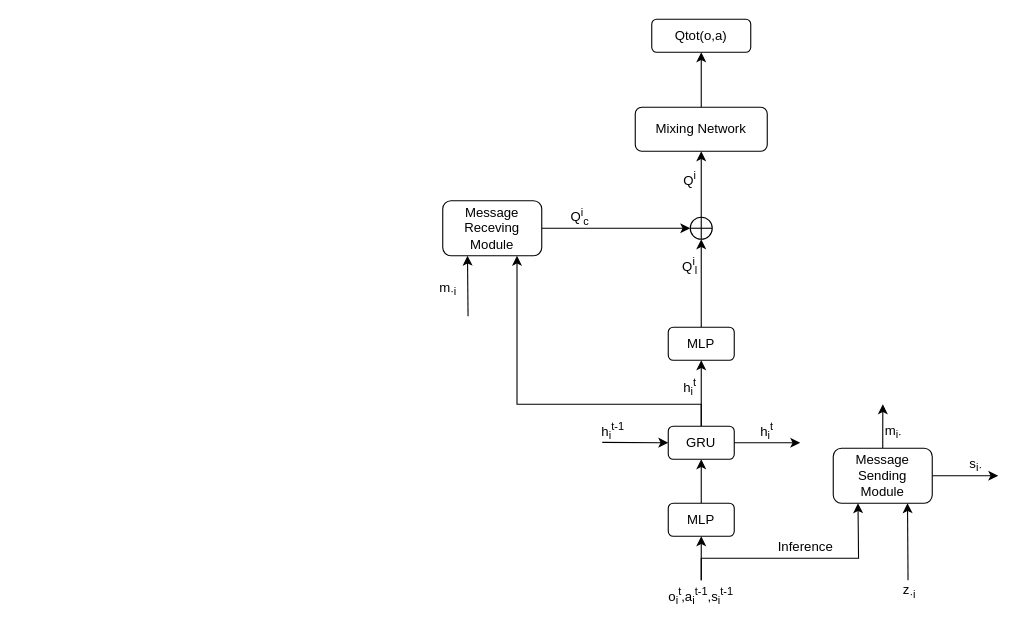
Above: network.drawio in fan-zine/drawio (draw.io), before the change. Source tidied: cells renumbered, new cells numbered last; positions are measured from the earlier drawing's top-left corner, leaving out a move shared by most shapes. Both pictures are drawn from the tidied source at 110%, with x=0, y=0 at pixel (415, 19).
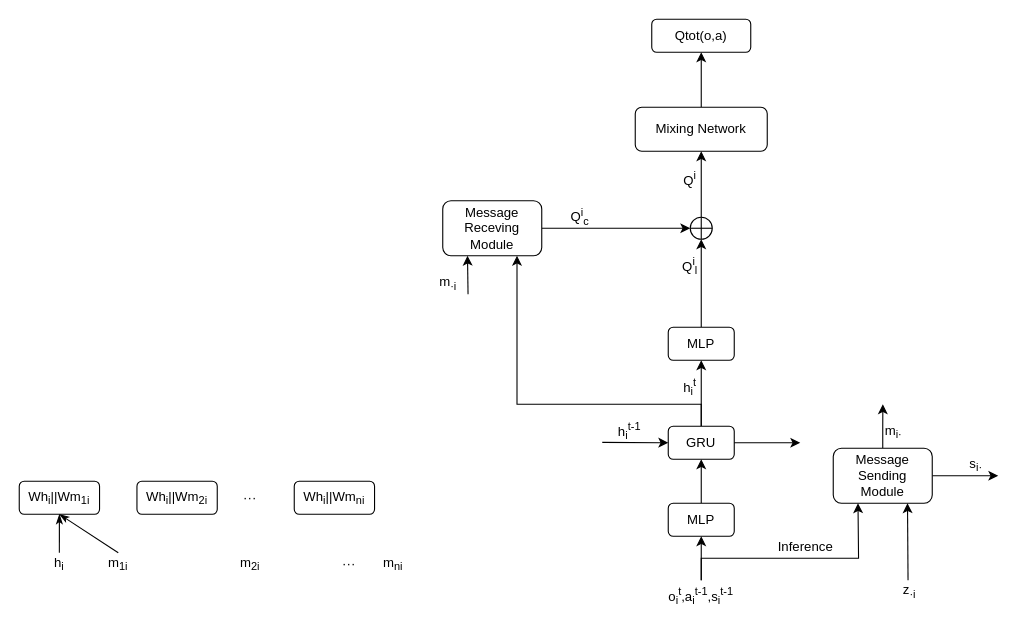
Above is the later version.

The change refers to these unchanged cells:
```xml
<mxCell id="23" value="Message&lt;br&gt;Receving&lt;br&gt;Module" style="rounded=1;whiteSpace=wrap;html=1;" parent="1" vertex="1">
  <mxGeometry x="25" y="165" width="90" height="50" as="geometry" />
</mxCell>
```

The edit, as a diff of the source:
```diff
@@
     <mxCell id="16" value="h&lt;sub&gt;i&lt;/sub&gt;&lt;sup&gt;t-1&lt;/sup&gt;" style="text;html=1;align=center;verticalAlign=middle;whiteSpace=wrap;rounded=0;" parent="1" vertex="1">
-      <mxGeometry x="150" y="360" width="60" height="30" as="geometry" />
+      <mxGeometry x="165" y="360" width="60" height="30" as="geometry" />
     </mxCell>
+    <mxCell id="37" style="edgeStyle=orthogonalEdgeStyle;rounded=0;jettySize=auto;html=1;exitX=0.5;exitY=0;exitDx=0;exitDy=0;entryX=0.5;entryY=1;entryDx=0;entryDy=0;endArrow=classicThin;endFill=1;" parent="1" edge="1" source="17" target="38">
+      <mxGeometry relative="1" as="geometry" />
+    </mxCell>
-    <mxCell id="17" value="h&lt;sub&gt;i&lt;/sub&gt;&lt;sup&gt;t&lt;/sup&gt;" style="text;html=1;align=center;verticalAlign=middle;whiteSpace=wrap;rounded=0;" parent="1" vertex="1">
-      <mxGeometry x="300" y="360" width="40" height="30" as="geometry" />
+    <mxCell id="17" value="h&lt;sub&gt;i&lt;/sub&gt;" style="text;html=1;align=center;verticalAlign=middle;whiteSpace=wrap;rounded=0;" parent="1" vertex="1">
+      <mxGeometry x="-331.8" y="485" width="16.5" height="20" as="geometry" />
     </mxCell>
@@
     <mxCell id="34" style="endArrow=classic;html=1;rounded=0;entryX=0.25;entryY=1;entryDx=0;entryDy=0;" parent="1" edge="1" target="23">
       <mxGeometry relative="1" as="geometry">
-        <mxPoint x="48" y="270" as="sourcePoint" />
+        <mxPoint x="48" y="250" as="sourcePoint" />
       </mxGeometry>
     </mxCell>
     <mxCell id="35" value="m&lt;sub&gt;·i&lt;/sub&gt;" style="text;html=1;align=center;verticalAlign=middle;whiteSpace=wrap;rounded=0;" parent="1" vertex="1">
-      <mxGeometry y="230" width="60" height="30" as="geometry" />
+      <mxGeometry x="10" y="230" width="40" height="20" as="geometry" />
     </mxCell>
@@
+    <mxCell id="38" value="Wh&lt;sub&gt;i&lt;/sub&gt;||Wm&lt;sub&gt;1i&lt;/sub&gt;" style="rounded=1;whiteSpace=wrap;html=1;" parent="1" vertex="1">
+      <mxGeometry x="-360" y="420" width="73" height="30" as="geometry" />
+    </mxCell>
+    <mxCell id="39" value="Wh&lt;sub&gt;i&lt;/sub&gt;||Wm&lt;sub&gt;2i&lt;/sub&gt;" style="rounded=1;whiteSpace=wrap;html=1;" parent="1" vertex="1">
+      <mxGeometry x="-253" y="420" width="73" height="30" as="geometry" />
+    </mxCell>
+    <mxCell id="40" value="Wh&lt;sub&gt;i&lt;/sub&gt;||Wm&lt;sub&gt;ni&lt;/sub&gt;" style="rounded=1;whiteSpace=wrap;html=1;" parent="1" vertex="1">
+      <mxGeometry x="-110" y="420" width="73" height="30" as="geometry" />
+    </mxCell>
+    <mxCell id="41" value="···" style="text;html=1;align=center;verticalAlign=middle;whiteSpace=wrap;rounded=0;" parent="1" vertex="1">
+      <mxGeometry x="-180" y="425" width="60" height="20" as="geometry" />
+    </mxCell>
+    <mxCell id="42" style="rounded=0;jettySize=auto;html=1;exitX=0.5;exitY=0;exitDx=0;exitDy=0;entryX=0.5;entryY=1;entryDx=0;entryDy=0;endArrow=classicThin;endFill=1;" parent="1" edge="1" source="43" target="38">
+      <mxGeometry relative="1" as="geometry" />
+    </mxCell>
+    <mxCell id="43" value="m&lt;sub&gt;1i&lt;/sub&gt;" style="text;html=1;align=center;verticalAlign=middle;whiteSpace=wrap;rounded=0;" parent="1" vertex="1">
+      <mxGeometry x="-280" y="485" width="20" height="20" as="geometry" />
+    </mxCell>
+    <mxCell id="44" value="m&lt;sub&gt;2i&lt;/sub&gt;" style="text;html=1;align=center;verticalAlign=middle;whiteSpace=wrap;rounded=0;" parent="1" vertex="1">
+      <mxGeometry x="-160" y="485" width="20" height="20" as="geometry" />
+    </mxCell>
+    <mxCell id="45" value="···" style="text;html=1;align=center;verticalAlign=middle;whiteSpace=wrap;rounded=0;" parent="1" vertex="1">
+      <mxGeometry x="-90" y="485" width="60" height="20" as="geometry" />
+    </mxCell>
+    <mxCell id="46" value="m&lt;sub&gt;ni&lt;/sub&gt;" style="text;html=1;align=center;verticalAlign=middle;whiteSpace=wrap;rounded=0;" parent="1" vertex="1">
+      <mxGeometry x="-30" y="485" width="20" height="20" as="geometry" />
+    </mxCell>
```
